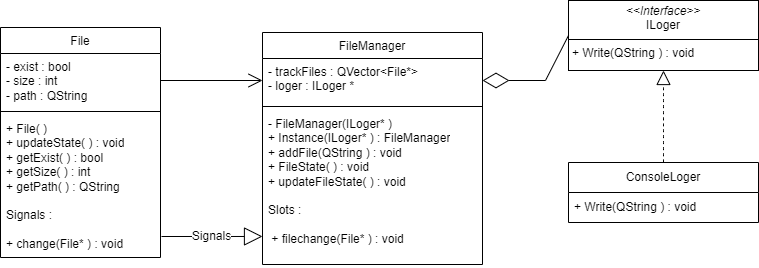
This is UML_TRPO_lab1.png from OstaninRoman/TRPO_lab1, a draw.io export, as it was before one commit. Source tidied: cells renumbered, new cells last; positions are measured from the earlier drawing's top-left corner, leaving out a move shared by most shapes.
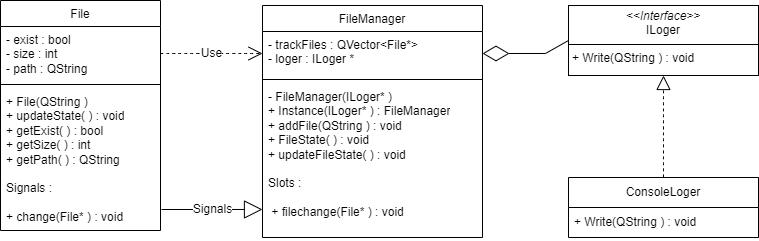
Above is the later version.

Commit message:
Поправил UML-диаграмму

Diff of the diagram source:
```diff
@@ -3,13 +3,13 @@
     <mxCell id="0" />
     <mxCell id="1" parent="0" />
     <mxCell id="2" value="ConsoleLoger" style="swimlane;fontStyle=0;horizontal=1;startSize=30;whiteSpace=wrap;html=1;" parent="1" vertex="1">
-      <mxGeometry x="568" y="162" width="190" height="60" as="geometry" />
+      <mxGeometry x="568" y="204" width="190" height="60" as="geometry" />
     </mxCell>
     <mxCell id="3" value="+ Write(QString ) : void" style="text;strokeColor=none;fillColor=none;align=left;verticalAlign=middle;spacingLeft=4;spacingRight=4;overflow=hidden;whiteSpace=wrap;html=1;" parent="2" vertex="1">
       <mxGeometry y="30" width="190" height="30" as="geometry" />
     </mxCell>
     <mxCell id="4" value="&lt;p style=&quot;margin:0px;margin-top:4px;text-align:center;&quot;&gt;&lt;i&gt;&amp;lt;&amp;lt;Interface&amp;gt;&amp;gt;&lt;/i&gt;&lt;br&gt;ILoger&lt;br&gt;&lt;/p&gt;&lt;hr size=&quot;1&quot; style=&quot;border-style:solid;&quot;&gt;&lt;p style=&quot;margin:0px;margin-left:4px;&quot;&gt;+ Write(QString ) : void&lt;br&gt;&lt;/p&gt;&lt;p style=&quot;margin:0px;margin-left:4px;&quot;&gt;&lt;br&gt;&lt;/p&gt;" style="verticalAlign=top;align=left;overflow=fill;html=1;whiteSpace=wrap;" parent="1" vertex="1">
-      <mxGeometry x="568" width="190" height="70" as="geometry" />
+      <mxGeometry x="568" y="32" width="190" height="70" as="geometry" />
     </mxCell>
     <mxCell id="5" value="&lt;span style=&quot;font-weight: 400;&quot;&gt;FileManager&lt;/span&gt;" style="swimlane;fontStyle=1;align=center;verticalAlign=top;horizontal=1;startSize=26;whiteSpace=wrap;html=1;" parent="1" vertex="1">
       <mxGeometry x="262" y="32" width="220" height="232" as="geometry" />
@@ -32,7 +32,7 @@
     <mxCell id="11" style="line;strokeWidth=1;fillColor=none;align=left;verticalAlign=middle;spacingTop=-1;spacingLeft=3;spacingRight=3;labelPosition=right;strokeColor=inherit;" parent="9" vertex="1">
       <mxGeometry y="80" width="160" height="8" as="geometry" />
     </mxCell>
-    <mxCell id="12" value="&lt;div style=&quot;text-align: justify;&quot;&gt;+ File( )&lt;/div&gt;&lt;div style=&quot;text-align: justify;&quot;&gt;+ updateState( ) : void&lt;/div&gt;&lt;div style=&quot;text-align: justify;&quot;&gt;+ getExist( ) : bool&lt;/div&gt;&lt;div style=&quot;text-align: justify;&quot;&gt;+ getSize( ) : int&lt;/div&gt;&lt;div style=&quot;text-align: justify;&quot;&gt;+ getPath( ) : QString&lt;/div&gt;&lt;div style=&quot;text-align: justify;&quot;&gt;&lt;br&gt;&lt;/div&gt;&lt;div style=&quot;text-align: justify;&quot;&gt;Signals :&lt;/div&gt;&lt;div style=&quot;text-align: justify;&quot;&gt;&lt;br&gt;&lt;/div&gt;&lt;div style=&quot;text-align: justify;&quot;&gt;&lt;span style=&quot;text-align: center;&quot;&gt;+ change(File* ) : void&lt;/span&gt;&lt;br&gt;&lt;/div&gt;" style="text;strokeColor=none;fillColor=none;align=left;verticalAlign=top;spacingLeft=4;spacingRight=4;overflow=hidden;whiteSpace=wrap;html=1;" parent="9" vertex="1">
+    <mxCell id="12" value="&lt;div style=&quot;text-align: justify;&quot;&gt;+ File(QString )&lt;/div&gt;&lt;div style=&quot;text-align: justify;&quot;&gt;+ updateState( ) : void&lt;/div&gt;&lt;div style=&quot;text-align: justify;&quot;&gt;+ getExist( ) : bool&lt;/div&gt;&lt;div style=&quot;text-align: justify;&quot;&gt;+ getSize( ) : int&lt;/div&gt;&lt;div style=&quot;text-align: justify;&quot;&gt;+ getPath( ) : QString&lt;/div&gt;&lt;div style=&quot;text-align: justify;&quot;&gt;&lt;br&gt;&lt;/div&gt;&lt;div style=&quot;text-align: justify;&quot;&gt;Signals :&lt;/div&gt;&lt;div style=&quot;text-align: justify;&quot;&gt;&lt;br&gt;&lt;/div&gt;&lt;div style=&quot;text-align: justify;&quot;&gt;&lt;span style=&quot;text-align: center;&quot;&gt;+ change(File* ) : void&lt;/span&gt;&lt;br&gt;&lt;/div&gt;" style="text;strokeColor=none;fillColor=none;align=left;verticalAlign=top;spacingLeft=4;spacingRight=4;overflow=hidden;whiteSpace=wrap;html=1;" parent="9" vertex="1">
       <mxGeometry y="88" width="160" height="142" as="geometry" />
     </mxCell>
     <mxCell id="13" style="endArrow=diamondThin;endFill=0;endSize=24;html=1;rounded=0;exitX=0;exitY=0.5;exitDx=0;exitDy=0;entryX=1;entryY=0.5;entryDx=0;entryDy=0;" parent="1" edge="1" source="4" target="6">
@@ -45,7 +45,7 @@
     <mxCell id="14" style="endArrow=block;dashed=1;endFill=0;endSize=12;html=1;rounded=0;fontSize=12;curved=1;exitX=0.5;exitY=0;exitDx=0;exitDy=0;entryX=0.5;entryY=1;entryDx=0;entryDy=0;" parent="1" edge="1" source="2" target="4">
       <mxGeometry relative="1" as="geometry">
         <Array as="points">
-          <mxPoint x="663" y="120" />
+          <mxPoint x="663" y="152" />
         </Array>
       </mxGeometry>
     </mxCell>
@@ -54,7 +54,7 @@
         <mxPoint x="161" y="236" as="sourcePoint" />
       </mxGeometry>
     </mxCell>
-    <mxCell id="16" style="endArrow=open;endFill=1;endSize=12;html=1;rounded=0;fontSize=12;curved=1;exitX=1;exitY=0.5;exitDx=0;exitDy=0;entryX=0;entryY=0.5;entryDx=0;entryDy=0;" parent="1" edge="1" source="10" target="6">
+    <mxCell id="16" value="Use" style="endArrow=open;endSize=12;dashed=1;html=1;rounded=0;fontSize=12;curved=1;entryX=0;entryY=0.5;entryDx=0;entryDy=0;exitX=1;exitY=0.5;exitDx=0;exitDy=0;" parent="1" edge="1" source="10" target="6">
       <mxGeometry relative="1" as="geometry" />
     </mxCell>
   </root>
```
